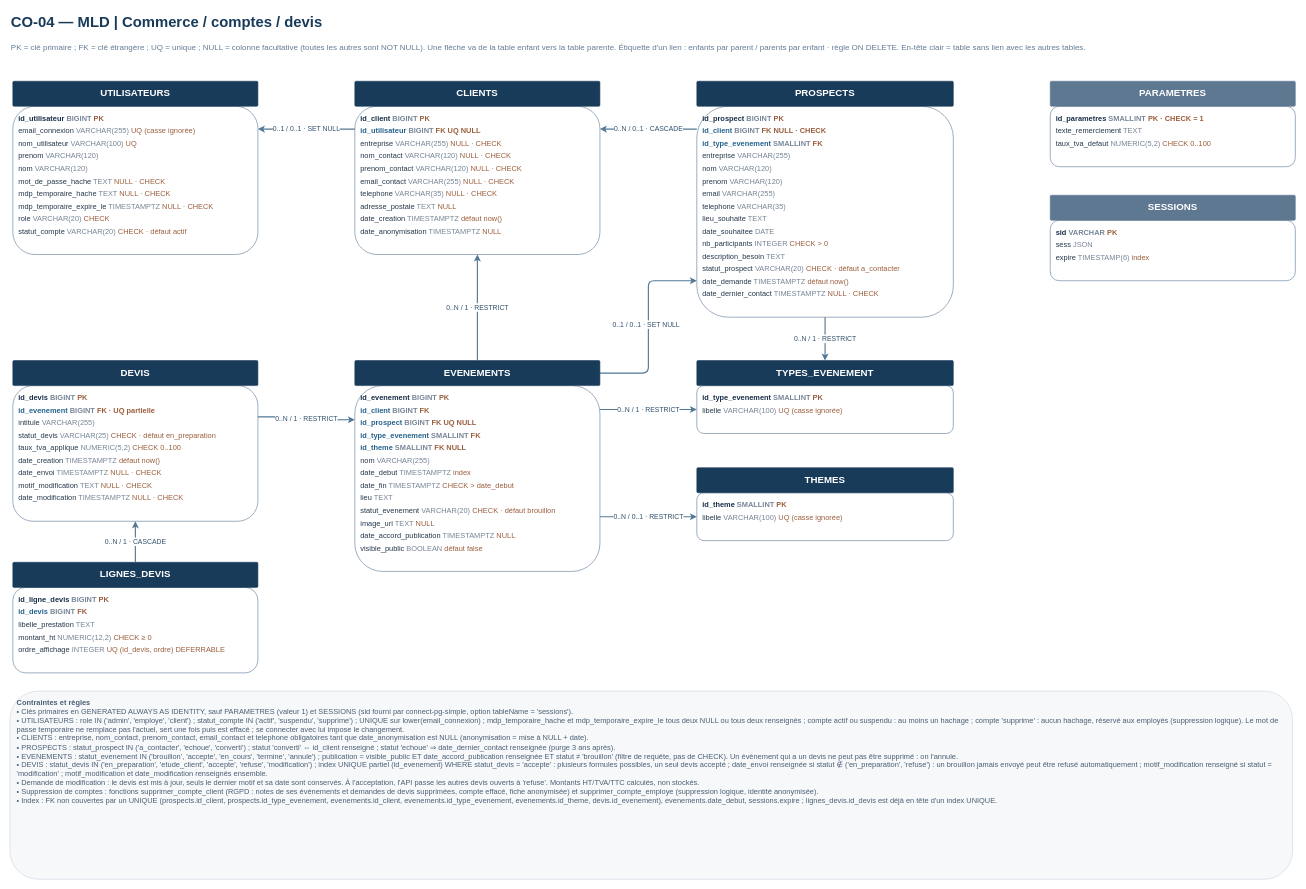
Above: page "Commerce / comptes / devis" (1 of 2) of docs/conception/CO-04-MLD.drawio.xml in Onizuka-05/innov-events-manager (draw.io), before the change. Source tidied: cells renumbered, new cells numbered last; positions are measured from the earlier drawing's top-left corner, leaving out a move shared by most shapes. Both pictures are drawn from the tidied source at 57%, with x=0, y=0 at pixel (10, 10).
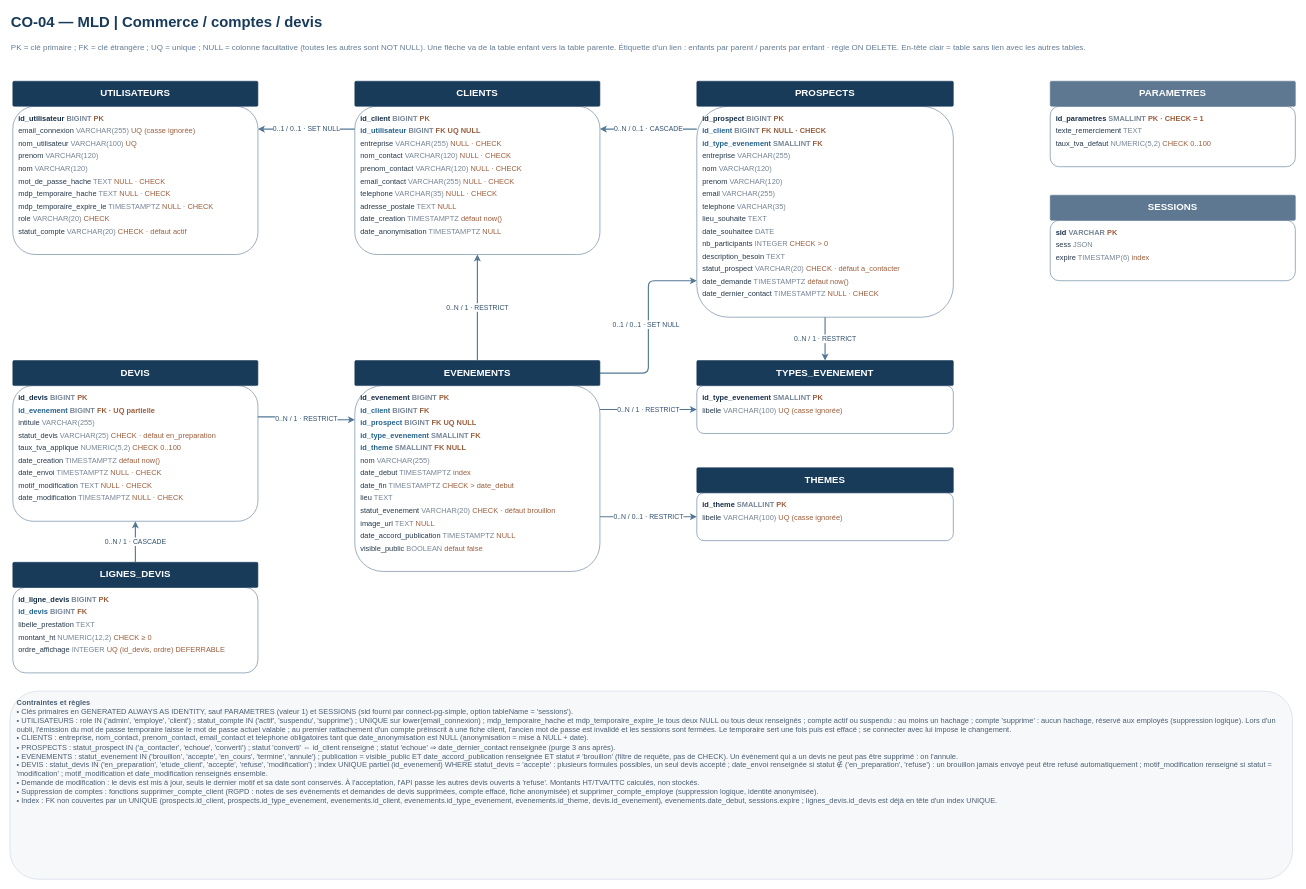
Above is the later version.

The edit, as a diff of the source:
```diff
@@
-    <mxCell id="34" value="&lt;b&gt;Contraintes et règles&lt;/b&gt;&lt;br&gt;• Clés primaires en GENERATED ALWAYS AS IDENTITY, sauf PARAMETRES (valeur 1) et SESSIONS (sid fourni par connect-pg-simple, option tableName = 'sessions').&lt;br&gt;• UTILISATEURS : role IN ('admin', 'employe', 'client') ; statut_compte IN ('actif', 'suspendu', 'supprime') ; UNIQUE sur lower(email_connexion) ; mdp_temporaire_hache et mdp_temporaire_expire_le tous deux NULL ou tous deux renseignés ; compte actif ou suspendu : au moins un hachage ; compte 'supprime' : aucun hachage, réservé aux employés (suppression logique). Le mot de passe temporaire ne remplace pas l'actuel, sert une fois puis est effacé ; se connecter avec lui impose le changement.&lt;br&gt;• CLIENTS : entreprise, nom_contact, prenom_contact, email_contact et telephone obligatoires tant que date_anonymisation est NULL (anonymisation = mise à NULL + date).&lt;br&gt;• PROSPECTS : statut_prospect IN ('a_contacter', 'echoue', 'converti') ; statut 'converti' ⇔ id_client renseigné ; statut 'echoue' ⇒ date_dernier_contact renseignée (purge 3 ans après).&lt;br&gt;• EVENEMENTS : statut_evenement IN ('brouillon', 'accepte', 'en_cours', 'termine', 'annule') ; publication = visible_public ET date_accord_publication renseignée ET statut ≠ 'brouillon' (filtre de requête, pas de CHECK). Un événement qui a un devis ne peut pas être supprimé : on l'annule.&lt;br&gt;• DEVIS : statut_devis IN ('en_preparation', 'etude_client', 'accepte', 'refuse', 'modification') ; index UNIQUE partiel (id_evenement) WHERE statut_devis = 'accepte' : plusieurs formules possibles, un seul devis accepté ; date_envoi renseignée si statut ∉ ('en_preparation', 'refuse') : un brouillon jamais envoyé peut être refusé automatiquement ; motif_modification renseigné si statut = 'modification' ; motif_modification et date_modification renseignés ensemble.&lt;br&gt;• Demande de modification : le devis est mis à jour, seuls le dernier motif et sa date sont conservés. À l'acceptation, l'API passe les autres devis ouverts à 'refuse'. Montants HT/TVA/TTC calculés, non stockés.&lt;br&gt;• Suppression de comptes : fonctions supprimer_compte_client (RGPD : notes de ses événements et demandes de devis supprimées, compte effacé, fiche anonymisée) et supprimer_compte_employe (suppression logique, identité anonymisée).&lt;br&gt;• Index : FK non couvertes par un UNIQUE (prospects.id_client, prospects.id_type_evenement, evenements.id_client, evenements.id_type_evenement, evenements.id_theme, devis.id_evenement), evenements.date_debut, sessions.expire ; lignes_devis.id_devis est déjà en tête d'un index UNIQUE." style="text;html=1;whiteSpace=wrap;fontFamily=Arial;fontSize=13;fontColor=#4b5f74;align=left;verticalAlign=top;spacingLeft=10;spacingTop=6;rounded=1;strokeColor=#C9D4DF;fillColor=#F6F8FA;" parent="1" vertex="1">
+    <mxCell id="34" value="&lt;b&gt;Contraintes et règles&lt;/b&gt;&lt;br&gt;• Clés primaires en GENERATED ALWAYS AS IDENTITY, sauf PARAMETRES (valeur 1) et SESSIONS (sid fourni par connect-pg-simple, option tableName = 'sessions').&lt;br&gt;• UTILISATEURS : role IN ('admin', 'employe', 'client') ; statut_compte IN ('actif', 'suspendu', 'supprime') ; UNIQUE sur lower(email_connexion) ; mdp_temporaire_hache et mdp_temporaire_expire_le tous deux NULL ou tous deux renseignés ; compte actif ou suspendu : au moins un hachage ; compte 'supprime' : aucun hachage, réservé aux employés (suppression logique). Lors d'un oubli, l'émission du mot de passe temporaire laisse le mot de passe actuel valable ; au premier rattachement d'un compte préinscrit à une fiche client, l'ancien mot de passe est invalidé et les sessions sont fermées. Le temporaire sert une fois puis est effacé ; se connecter avec lui impose le changement.&lt;br&gt;• CLIENTS : entreprise, nom_contact, prenom_contact, email_contact et telephone obligatoires tant que date_anonymisation est NULL (anonymisation = mise à NULL + date).&lt;br&gt;• PROSPECTS : statut_prospect IN ('a_contacter', 'echoue', 'converti') ; statut 'converti' ⇔ id_client renseigné ; statut 'echoue' ⇒ date_dernier_contact renseignée (purge 3 ans après).&lt;br&gt;• EVENEMENTS : statut_evenement IN ('brouillon', 'accepte', 'en_cours', 'termine', 'annule') ; publication = visible_public ET date_accord_publication renseignée ET statut ≠ 'brouillon' (filtre de requête, pas de CHECK). Un événement qui a un devis ne peut pas être supprimé : on l'annule.&lt;br&gt;• DEVIS : statut_devis IN ('en_preparation', 'etude_client', 'accepte', 'refuse', 'modification') ; index UNIQUE partiel (id_evenement) WHERE statut_devis = 'accepte' : plusieurs formules possibles, un seul devis accepté ; date_envoi renseignée si statut ∉ ('en_preparation', 'refuse') : un brouillon jamais envoyé peut être refusé automatiquement ; motif_modification renseigné si statut = 'modification' ; motif_modification et date_modification renseignés ensemble.&lt;br&gt;• Demande de modification : le devis est mis à jour, seuls le dernier motif et sa date sont conservés. À l'acceptation, l'API passe les autres devis ouverts à 'refuse'. Montants HT/TVA/TTC calculés, non stockés.&lt;br&gt;• Suppression de comptes : fonctions supprimer_compte_client (RGPD : notes de ses événements et demandes de devis supprimées, compte effacé, fiche anonymisée) et supprimer_compte_employe (suppression logique, identité anonymisée).&lt;br&gt;• Index : FK non couvertes par un UNIQUE (prospects.id_client, prospects.id_type_evenement, evenements.id_client, evenements.id_type_evenement, evenements.id_theme, devis.id_evenement), evenements.date_debut, sessions.expire ; lignes_devis.id_devis est déjà en tête d'un index UNIQUE." style="text;html=1;whiteSpace=wrap;fontFamily=Arial;fontSize=13;fontColor=#4b5f74;align=left;verticalAlign=top;spacingLeft=10;spacingTop=6;rounded=1;strokeColor=#C9D4DF;fillColor=#F6F8FA;" parent="1" vertex="1">
       <mxGeometry y="1195" width="2250" height="330" as="geometry" />
     </mxCell>
```
